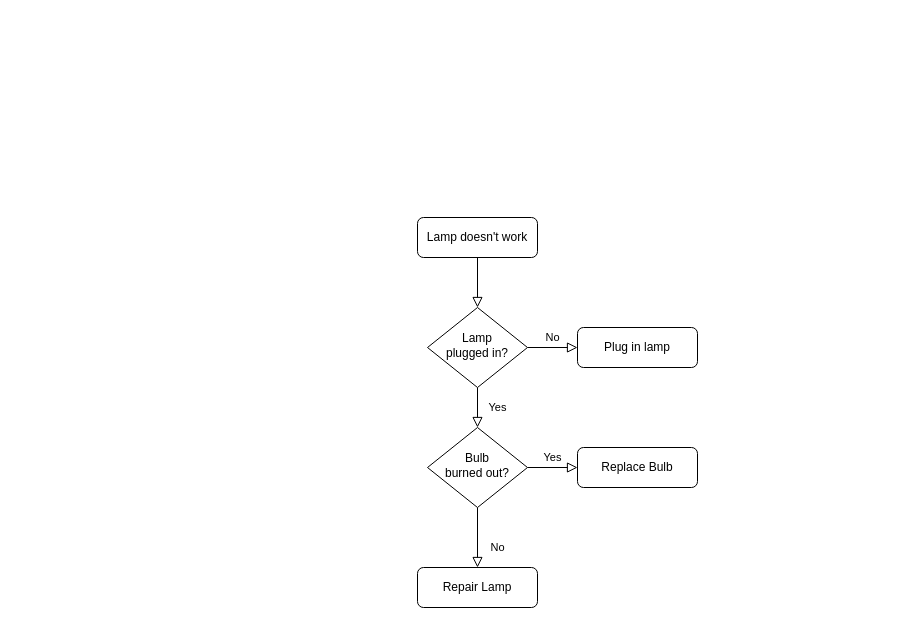
abhi20aug/java101 keeps this draw.io diagram as src/main/java/dsa/SelectionSort.drawio.xml. Above is the earlier version. Source tidied: cells renumbered, new cells numbered last; positions are measured from the earlier drawing's top-left corner, leaving out a move shared by most shapes. Both pictures are drawn from the tidied source at 100%, with x=0, y=0 at pixel (417, 217).
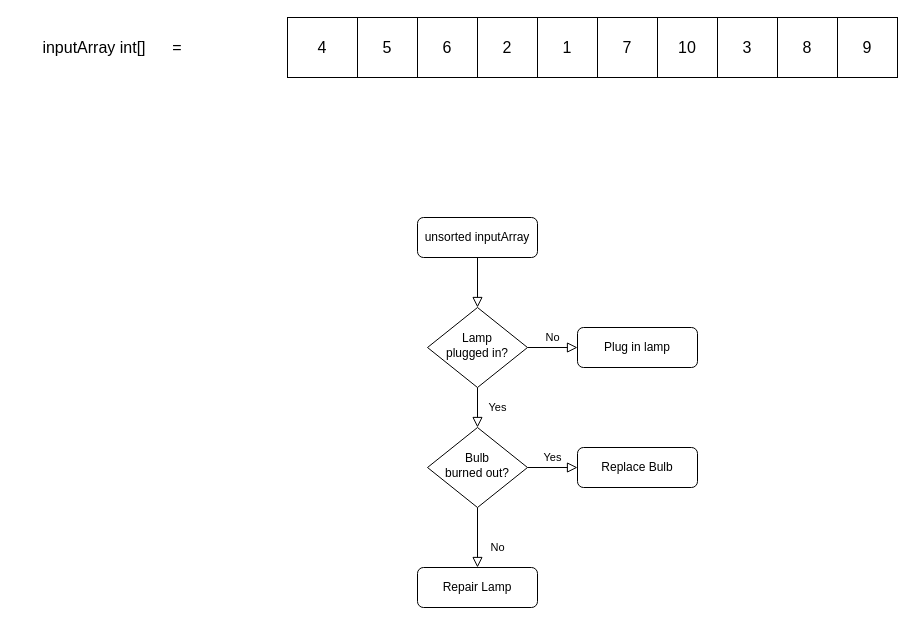
The same diagram, later.

What changed in the source:
```diff
@@
-    <mxCell id="3" value="Lamp doesn't work" style="rounded=1;whiteSpace=wrap;html=1;fontSize=12;glass=0;strokeWidth=1;shadow=0;" parent="1" vertex="1">
+    <mxCell id="3" value="unsorted inputArray" style="rounded=1;whiteSpace=wrap;html=1;fontSize=12;glass=0;strokeWidth=1;shadow=0;" parent="1" vertex="1">
       <mxGeometry width="120" height="40" as="geometry" />
     </mxCell>
@@
+    <mxCell id="13" value="6" style="rounded=0;whiteSpace=wrap;html=1;fontSize=16;" parent="1" vertex="1">
+      <mxGeometry y="-200" width="60" height="60" as="geometry" />
+    </mxCell>
+    <mxCell id="14" value="4" style="rounded=0;whiteSpace=wrap;html=1;fontSize=16;" parent="1" vertex="1">
+      <mxGeometry x="-130" y="-200" width="70" height="60" as="geometry" />
+    </mxCell>
+    <mxCell id="15" value="5" style="rounded=0;whiteSpace=wrap;html=1;fontSize=16;" parent="1" vertex="1">
+      <mxGeometry x="-60" y="-200" width="60" height="60" as="geometry" />
+    </mxCell>
+    <mxCell id="16" value="2" style="rounded=0;whiteSpace=wrap;html=1;fontSize=16;" parent="1" vertex="1">
+      <mxGeometry x="60" y="-200" width="60" height="60" as="geometry" />
+    </mxCell>
+    <mxCell id="17" value="7" style="rounded=0;whiteSpace=wrap;html=1;fontSize=16;" parent="1" vertex="1">
+      <mxGeometry x="180" y="-200" width="60" height="60" as="geometry" />
+    </mxCell>
+    <mxCell id="18" value="1" style="rounded=0;whiteSpace=wrap;html=1;fontSize=16;" parent="1" vertex="1">
+      <mxGeometry x="120" y="-200" width="60" height="60" as="geometry" />
+    </mxCell>
+    <mxCell id="19" value="8" style="rounded=0;whiteSpace=wrap;html=1;fontSize=16;" parent="1" vertex="1">
+      <mxGeometry x="360" y="-200" width="60" height="60" as="geometry" />
+    </mxCell>
+    <mxCell id="20" value="3" style="rounded=0;whiteSpace=wrap;html=1;fontSize=16;" parent="1" vertex="1">
+      <mxGeometry x="300" y="-200" width="60" height="60" as="geometry" />
+    </mxCell>
+    <mxCell id="21" value="10" style="rounded=0;whiteSpace=wrap;html=1;fontSize=16;" parent="1" vertex="1">
+      <mxGeometry x="240" y="-200" width="60" height="60" as="geometry" />
+    </mxCell>
+    <mxCell id="22" value="9" style="rounded=0;whiteSpace=wrap;html=1;fontSize=16;" parent="1" vertex="1">
+      <mxGeometry x="420" y="-200" width="60" height="60" as="geometry" />
+    </mxCell>
+    <mxCell id="23" value="inputArray int[]&amp;nbsp;&amp;nbsp;&amp;nbsp;&amp;nbsp;&amp;nbsp; =" style="text;html=1;strokeColor=none;fillColor=none;align=center;verticalAlign=middle;whiteSpace=wrap;rounded=0;fontSize=16;" parent="1" vertex="1">
+      <mxGeometry x="-400" y="-185" width="190" height="30" as="geometry" />
+    </mxCell>
```
